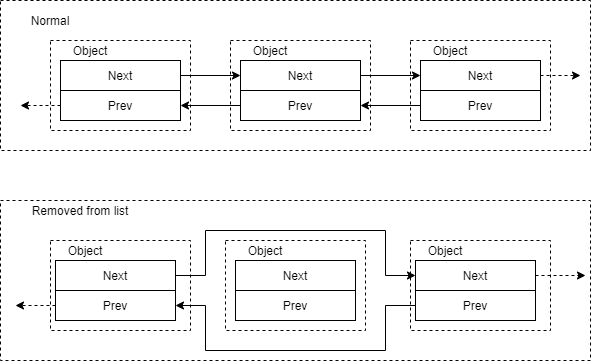
nganhkhoa/thesis keeps this draw.io diagram as images/dkom.png. Above is the earlier version. Source tidied: cells renumbered, new cells last; positions are measured from the earlier drawing's top-left corner, leaving out a move shared by most shapes.
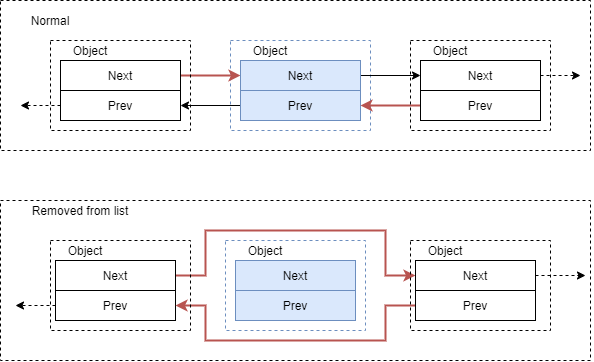
After the change.

Diff of the diagram source:
```diff
@@ -2,7 +2,19 @@
   <root>
     <mxCell id="0" />
     <mxCell id="1" parent="0" />
+    <mxCell id="30" style="rounded=0;whiteSpace=wrap;html=1;dashed=1;strokeColor=#6c8ebf;fillColor=none;" parent="1" vertex="1">
+      <mxGeometry x="230" y="40" width="140" height="90" as="geometry" />
+    </mxCell>
+    <mxCell id="37" style="rounded=0;whiteSpace=wrap;html=1;dashed=1;fillColor=none;" parent="1" vertex="1">
+      <mxGeometry width="590" height="150" as="geometry" />
+    </mxCell>
+    <mxCell id="35" style="rounded=0;whiteSpace=wrap;html=1;dashed=1;strokeColor=#6c8ebf;fillColor=none;" parent="1" vertex="1">
+      <mxGeometry x="225" y="240" width="140" height="90" as="geometry" />
+    </mxCell>
+    <mxCell id="39" style="rounded=0;whiteSpace=wrap;html=1;dashed=1;fillColor=none;" parent="1" vertex="1">
+      <mxGeometry y="200" width="590" height="160" as="geometry" />
+    </mxCell>
-    <mxCell id="2" style="edgeStyle=orthogonalEdgeStyle;rounded=0;jettySize=auto;html=1;entryX=0;entryY=0.5;entryDx=0;entryDy=0;" parent="1" edge="1" source="3" target="9">
+    <mxCell id="2" style="edgeStyle=orthogonalEdgeStyle;rounded=0;jettySize=auto;html=1;entryX=0;entryY=0.5;entryDx=0;entryDy=0;fillColor=#f8cecc;strokeColor=#b85450;strokeWidth=2;" parent="1" edge="1" source="3" target="9">
       <mxGeometry relative="1" as="geometry" />
     </mxCell>
     <mxCell id="3" value="Next" style="rounded=0;whiteSpace=wrap;html=1;" parent="1" vertex="1">
@@ -19,16 +31,16 @@
     <mxCell id="6" style="edgeStyle=orthogonalEdgeStyle;rounded=0;jettySize=auto;html=1;entryX=1;entryY=0.5;entryDx=0;entryDy=0;" parent="1" edge="1" source="7" target="5">
       <mxGeometry relative="1" as="geometry" />
     </mxCell>
-    <mxCell id="7" value="Prev" style="rounded=0;whiteSpace=wrap;html=1;" parent="1" vertex="1">
+    <mxCell id="7" value="Prev" style="rounded=0;whiteSpace=wrap;html=1;fillColor=#dae8fc;strokeColor=#6c8ebf;" parent="1" vertex="1">
       <mxGeometry x="240" y="90" width="120" height="30" as="geometry" />
     </mxCell>
     <mxCell id="8" style="edgeStyle=orthogonalEdgeStyle;rounded=0;jettySize=auto;html=1;entryX=0;entryY=0.5;entryDx=0;entryDy=0;" parent="1" edge="1" source="9" target="13">
       <mxGeometry relative="1" as="geometry" />
     </mxCell>
-    <mxCell id="9" value="Next" style="rounded=0;whiteSpace=wrap;html=1;" parent="1" vertex="1">
+    <mxCell id="9" value="Next" style="rounded=0;whiteSpace=wrap;html=1;fillColor=#dae8fc;strokeColor=#6c8ebf;" parent="1" vertex="1">
       <mxGeometry x="240" y="60" width="120" height="30" as="geometry" />
     </mxCell>
-    <mxCell id="10" style="edgeStyle=orthogonalEdgeStyle;rounded=0;jettySize=auto;html=1;entryX=1;entryY=0.5;entryDx=0;entryDy=0;" parent="1" edge="1" source="11" target="7">
+    <mxCell id="10" style="edgeStyle=orthogonalEdgeStyle;rounded=0;jettySize=auto;html=1;entryX=1;entryY=0.5;entryDx=0;entryDy=0;fillColor=#f8cecc;strokeColor=#b85450;strokeWidth=2;" parent="1" edge="1" source="11" target="7">
       <mxGeometry relative="1" as="geometry" />
     </mxCell>
     <mxCell id="11" value="Prev" style="rounded=0;whiteSpace=wrap;html=1;" parent="1" vertex="1">
@@ -42,7 +54,7 @@
     <mxCell id="13" value="Next" style="rounded=0;whiteSpace=wrap;html=1;" parent="1" vertex="1">
       <mxGeometry x="420" y="60" width="120" height="30" as="geometry" />
     </mxCell>
-    <mxCell id="14" style="edgeStyle=orthogonalEdgeStyle;rounded=0;jettySize=auto;html=1;entryX=0;entryY=0.5;entryDx=0;entryDy=0;" parent="1" edge="1" source="15" target="23">
+    <mxCell id="14" style="edgeStyle=orthogonalEdgeStyle;rounded=0;jettySize=auto;html=1;entryX=0;entryY=0.5;entryDx=0;entryDy=0;fillColor=#f8cecc;strokeColor=#b85450;strokeWidth=2;" parent="1" edge="1" source="15" target="23">
       <mxGeometry relative="1" as="geometry">
         <Array as="points">
           <mxPoint x="205" y="275" />
@@ -63,18 +75,18 @@
     <mxCell id="17" value="Prev" style="rounded=0;whiteSpace=wrap;html=1;" parent="1" vertex="1">
       <mxGeometry x="55" y="290" width="120" height="30" as="geometry" />
     </mxCell>
-    <mxCell id="18" value="Prev" style="rounded=0;whiteSpace=wrap;html=1;" parent="1" vertex="1">
+    <mxCell id="18" value="Prev" style="rounded=0;whiteSpace=wrap;html=1;fillColor=#dae8fc;strokeColor=#6c8ebf;" parent="1" vertex="1">
       <mxGeometry x="235" y="290" width="120" height="30" as="geometry" />
     </mxCell>
-    <mxCell id="19" value="Next" style="rounded=0;whiteSpace=wrap;html=1;" parent="1" vertex="1">
+    <mxCell id="19" value="Next" style="rounded=0;whiteSpace=wrap;html=1;fillColor=#dae8fc;strokeColor=#6c8ebf;" parent="1" vertex="1">
       <mxGeometry x="235" y="260" width="120" height="30" as="geometry" />
     </mxCell>
-    <mxCell id="20" style="edgeStyle=orthogonalEdgeStyle;rounded=0;jettySize=auto;html=1;entryX=1;entryY=0.5;entryDx=0;entryDy=0;" parent="1" edge="1" source="21" target="17">
+    <mxCell id="20" style="edgeStyle=orthogonalEdgeStyle;rounded=0;jettySize=auto;html=1;entryX=1;entryY=0.5;entryDx=0;entryDy=0;fillColor=#f8cecc;strokeColor=#b85450;strokeWidth=2;" parent="1" edge="1" source="21" target="17">
       <mxGeometry relative="1" as="geometry">
         <Array as="points">
           <mxPoint x="385" y="305" />
-          <mxPoint x="385" y="350" />
-          <mxPoint x="205" y="350" />
+          <mxPoint x="385" y="340" />
+          <mxPoint x="205" y="340" />
           <mxPoint x="205" y="305" />
         </Array>
       </mxGeometry>
@@ -108,9 +120,6 @@
     <mxCell id="29" style="rounded=0;whiteSpace=wrap;html=1;dashed=1;fillColor=none;" parent="1" vertex="1">
       <mxGeometry x="410" y="40" width="140" height="90" as="geometry" />
     </mxCell>
-    <mxCell id="30" style="rounded=0;whiteSpace=wrap;html=1;dashed=1;fillColor=none;" parent="1" vertex="1">
-      <mxGeometry x="230" y="40" width="140" height="90" as="geometry" />
-    </mxCell>
     <mxCell id="31" value="Object" style="text;html=1;strokeColor=none;fillColor=none;align=center;verticalAlign=middle;whiteSpace=wrap;rounded=0;dashed=1;" parent="1" vertex="1">
       <mxGeometry x="55" y="240" width="60" height="20" as="geometry" />
     </mxCell>
@@ -123,20 +132,11 @@
     <mxCell id="34" style="rounded=0;whiteSpace=wrap;html=1;dashed=1;fillColor=none;" parent="1" vertex="1">
       <mxGeometry x="410" y="240" width="140" height="90" as="geometry" />
     </mxCell>
-    <mxCell id="35" style="rounded=0;whiteSpace=wrap;html=1;dashed=1;fillColor=none;" parent="1" vertex="1">
-      <mxGeometry x="225" y="240" width="140" height="90" as="geometry" />
-    </mxCell>
     <mxCell id="36" style="rounded=0;whiteSpace=wrap;html=1;dashed=1;fillColor=none;" parent="1" vertex="1">
       <mxGeometry x="50" y="240" width="140" height="90" as="geometry" />
     </mxCell>
-    <mxCell id="37" style="rounded=0;whiteSpace=wrap;html=1;dashed=1;fillColor=none;" parent="1" vertex="1">
-      <mxGeometry width="590" height="150" as="geometry" />
-    </mxCell>
     <mxCell id="38" value="Removed from list" style="text;html=1;strokeColor=none;fillColor=none;align=center;verticalAlign=middle;whiteSpace=wrap;rounded=0;dashed=1;" parent="1" vertex="1">
       <mxGeometry x="30" y="200" width="100" height="20" as="geometry" />
     </mxCell>
-    <mxCell id="39" style="rounded=0;whiteSpace=wrap;html=1;dashed=1;fillColor=none;" parent="1" vertex="1">
-      <mxGeometry y="200" width="590" height="160" as="geometry" />
-    </mxCell>
   </root>
 </mxGraphModel>
```
